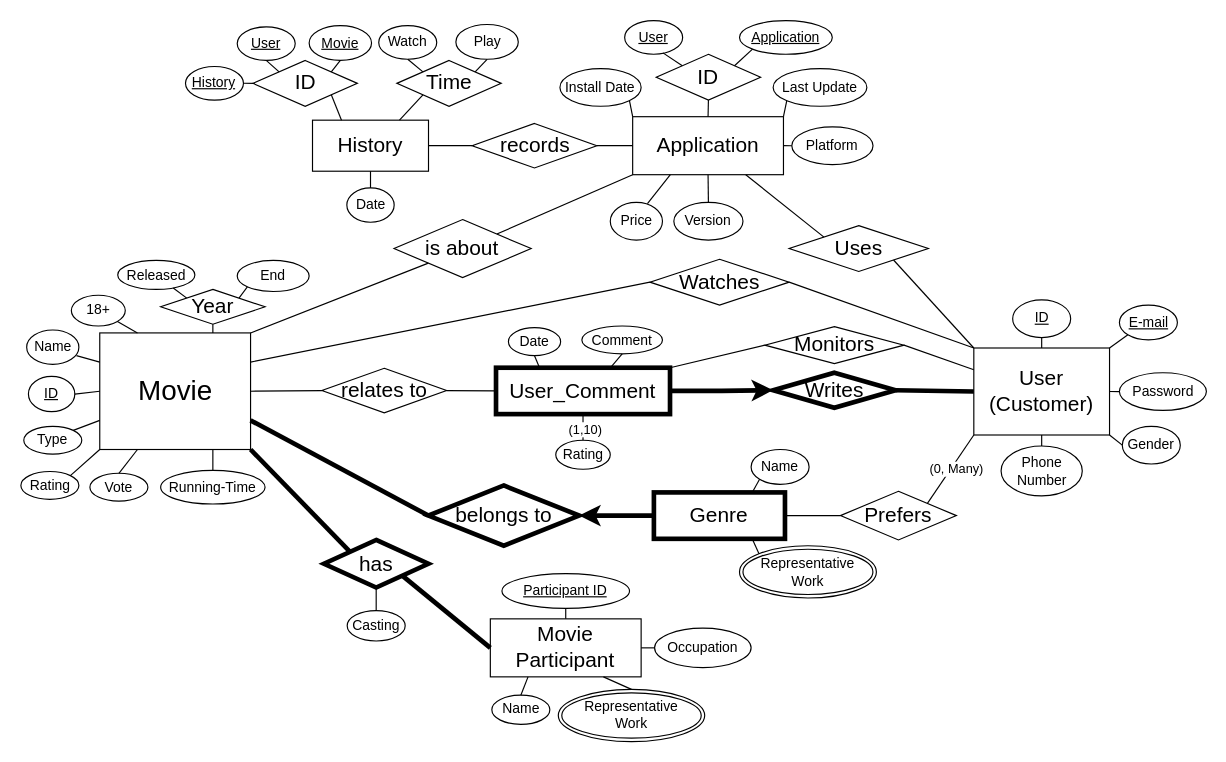
This is page "ER" (1 of 2) of Assignment1_ER_Modeling/Movie.drawio from hjpark83/DBMS, a draw.io file, before an edit. Source tidied: cells renumbered, new cells numbered last; positions are measured from the earlier drawing's top-left corner, leaving out a move shared by most shapes. Both pictures are drawn from the tidied source at 116%, with x=0, y=0 at pixel (20, 20).
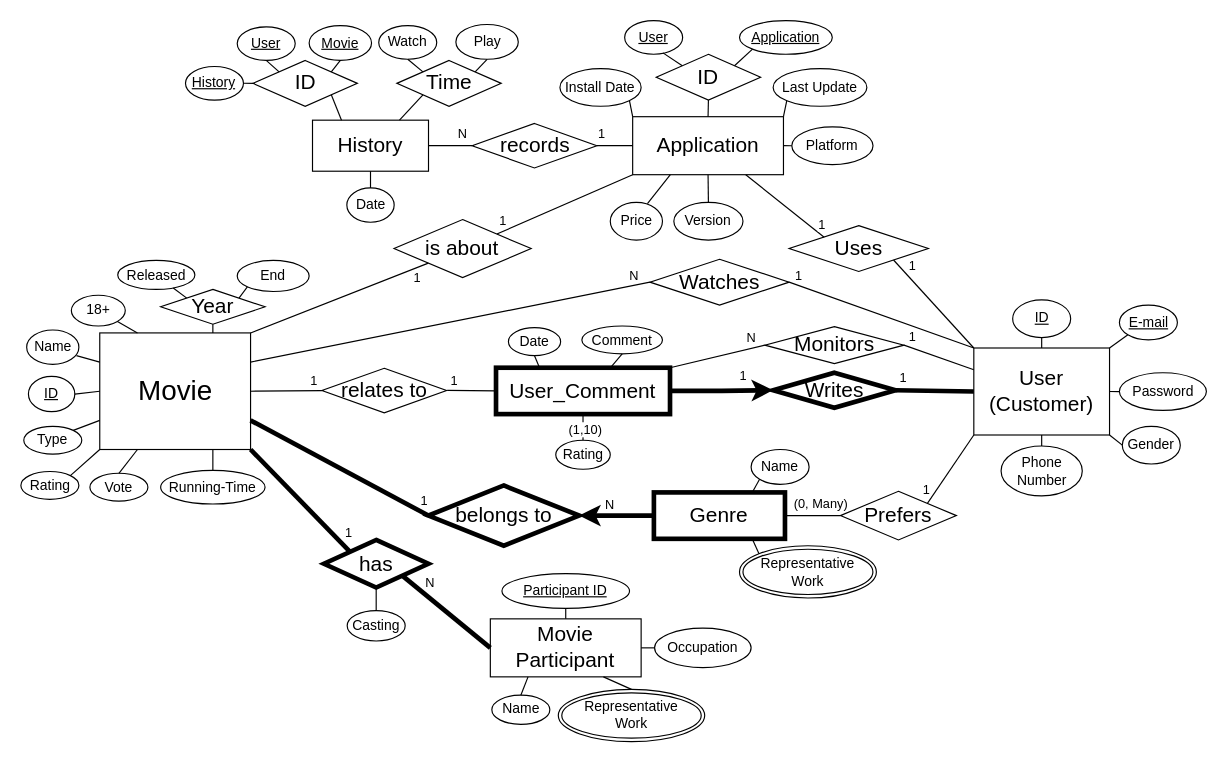
The same page after the edit.

Unchanged cells that the change refers to:
```xml
<mxCell id="21" value="&lt;font style=&quot;font-size: 18px;&quot;&gt;User_Comment&lt;/font&gt;" style="whiteSpace=wrap;html=1;align=center;rounded=0;glass=0;strokeWidth=4;" parent="1" vertex="1">
  <mxGeometry x="410.1" y="299.5" width="150" height="40" as="geometry" />
</mxCell>
<mxCell id="37" value="&lt;span style=&quot;font-size: 18px;&quot;&gt;relates to&lt;/span&gt;" style="shape=rhombus;perimeter=rhombusPerimeter;whiteSpace=wrap;html=1;align=center;rounded=0;" parent="1" vertex="1">
  <mxGeometry x="260" y="300" width="107.5" height="38.4" as="geometry" />
</mxCell>
<mxCell id="47" style="edgeStyle=orthogonalEdgeStyle;rounded=0;jettySize=auto;html=1;strokeWidth=4;" parent="1" edge="1" source="48" target="65">
  <mxGeometry relative="1" as="geometry" />
</mxCell>
<mxCell id="66" style="endArrow=none;html=1;rounded=0;exitX=1;exitY=0.25;exitDx=0;exitDy=0;entryX=0;entryY=0.5;entryDx=0;entryDy=0;" parent="1" edge="1" source="19" target="50">
  <mxGeometry relative="1" as="geometry" />
</mxCell>
<mxCell id="67" style="endArrow=none;html=1;rounded=1;entryX=1;entryY=0.5;entryDx=0;entryDy=0;exitX=0;exitY=0.5;exitDx=0;exitDy=0;" parent="1" edge="1" source="37" target="19">
  <mxGeometry relative="1" as="geometry" />
</mxCell>
<mxCell id="68" style="endArrow=none;html=1;rounded=1;exitX=0;exitY=0.5;exitDx=0;exitDy=0;entryX=1;entryY=0.75;entryDx=0;entryDy=0;strokeWidth=4;" parent="1" edge="1" source="65" target="19">
  <mxGeometry relative="1" as="geometry" />
</mxCell>
<mxCell id="69" style="endArrow=none;html=1;rounded=1;entryX=1;entryY=1;entryDx=0;entryDy=0;exitX=0;exitY=0;exitDx=0;exitDy=0;strokeWidth=4;" parent="1" edge="1" source="52">
  <mxGeometry relative="1" as="geometry">
    <mxPoint x="198.5" y="370" as="targetPoint" />
  </mxGeometry>
</mxCell>
<mxCell id="72" style="endArrow=none;html=1;rounded=1;entryX=1;entryY=0;entryDx=0;entryDy=0;exitX=0;exitY=1;exitDx=0;exitDy=0;" parent="1" edge="1" source="3" target="20">
  <mxGeometry relative="1" as="geometry" />
</mxCell>
<mxCell id="74" style="endArrow=none;html=1;rounded=1;exitX=0;exitY=0;exitDx=0;exitDy=0;entryX=1;entryY=0.5;entryDx=0;entryDy=0;strokeWidth=1;flowAnimation=0;" parent="1" edge="1" source="3" target="50">
  <mxGeometry relative="1" as="geometry" />
</mxCell>
<mxCell id="75" style="endArrow=none;html=1;rounded=1;entryX=0;entryY=1;entryDx=0;entryDy=0;exitX=1;exitY=0;exitDx=0;exitDy=0;" parent="1" edge="1" source="60" target="100">
  <mxGeometry relative="1" as="geometry" />
</mxCell>
<mxCell id="76" style="endArrow=none;html=1;rounded=1;entryX=0;entryY=1;entryDx=0;entryDy=0;exitX=1;exitY=0;exitDx=0;exitDy=0;" parent="1" edge="1" source="19" target="60">
  <mxGeometry relative="1" as="geometry" />
</mxCell>
<mxCell id="89" style="edgeStyle=orthogonalEdgeStyle;rounded=0;jettySize=auto;html=1;strokeWidth=4;exitX=1;exitY=0.5;exitDx=0;exitDy=0;entryX=0;entryY=0.5;entryDx=0;entryDy=0;" parent="1" edge="1" source="21" target="36">
  <mxGeometry relative="1" as="geometry" />
</mxCell>
<mxCell id="91" style="endArrow=none;html=1;rounded=1;exitX=0;exitY=0.25;exitDx=0;exitDy=0;entryX=1;entryY=0.5;entryDx=0;entryDy=0;strokeWidth=1;flowAnimation=0;" parent="1" edge="1" source="3" target="90">
  <mxGeometry relative="1" as="geometry" />
</mxCell>
<mxCell id="92" style="endArrow=none;html=1;rounded=1;entryX=1;entryY=0.5;entryDx=0;entryDy=0;exitX=0;exitY=0.5;exitDx=0;exitDy=0;strokeWidth=4;" parent="1" edge="1" source="3" target="36">
  <mxGeometry relative="1" as="geometry" />
</mxCell>
<mxCell id="93" style="endArrow=none;html=1;rounded=1;exitX=0;exitY=0.5;exitDx=0;exitDy=0;entryX=1;entryY=0;entryDx=0;entryDy=0;strokeWidth=1;flowAnimation=0;" parent="1" edge="1" source="90" target="21">
  <mxGeometry relative="1" as="geometry" />
</mxCell>
<mxCell id="100" value="&lt;span style=&quot;font-size: 18px;&quot;&gt;Application&lt;/span&gt;" style="whiteSpace=wrap;html=1;align=center;rounded=0;" parent="1" vertex="1">
  <mxGeometry x="527.9" y="83.1" width="130" height="50" as="geometry" />
</mxCell>
<mxCell id="111" style="endArrow=none;html=1;rounded=0;exitX=1;exitY=0.5;exitDx=0;exitDy=0;entryX=0;entryY=0.5;entryDx=0;entryDy=0;" parent="1" edge="1" source="110" target="100">
  <mxGeometry relative="1" as="geometry" />
</mxCell>
<mxCell id="112" style="endArrow=none;html=1;rounded=0;exitX=1;exitY=0.5;exitDx=0;exitDy=0;entryX=0;entryY=0.5;entryDx=0;entryDy=0;" parent="1" edge="1" source="49" target="110">
  <mxGeometry relative="1" as="geometry" />
</mxCell>
<mxCell id="113" value="&lt;font style=&quot;font-size: 18px;&quot;&gt;Uses&lt;/font&gt;" style="shape=rhombus;perimeter=rhombusPerimeter;whiteSpace=wrap;html=1;align=center;rounded=0;" parent="1" vertex="1">
  <mxGeometry x="662.8" y="177" width="120" height="39.5" as="geometry" />
</mxCell>
```

What changed in the source:
```diff
@@
+    <mxCell id="123" value="N" style="edgeLabel;html=1;align=center;verticalAlign=middle;" parent="47" vertex="1">
+      <mxGeometry x="0.07" y="-2" relative="1" as="geometry">
+        <mxPoint x="-4" y="-8" as="offset" />
+      </mxGeometry>
+    </mxCell>
@@
+    <mxCell id="124" value="N" style="edgeLabel;html=1;align=center;verticalAlign=middle;" parent="66" vertex="1">
+      <mxGeometry x="0.9" y="3" relative="1" as="geometry">
+        <mxPoint x="3" y="-7" as="offset" />
+      </mxGeometry>
+    </mxCell>
@@
+    <mxCell id="125" value="1" style="edgeLabel;html=1;align=center;verticalAlign=middle;" parent="67" vertex="1">
+      <mxGeometry x="-0.57" relative="1" as="geometry">
+        <mxPoint x="5" y="-9" as="offset" />
+      </mxGeometry>
+    </mxCell>
@@
+    <mxCell id="126" value="1" style="edgeLabel;html=1;align=center;verticalAlign=middle;" parent="68" vertex="1">
+      <mxGeometry x="-0.77" relative="1" as="geometry">
+        <mxPoint x="13" y="-4" as="offset" />
+      </mxGeometry>
+    </mxCell>
@@
+    <mxCell id="127" value="N" style="edgeLabel;html=1;align=center;verticalAlign=middle;" parent="69" vertex="1">
+      <mxGeometry x="0.75" y="2" relative="1" as="geometry">
+        <mxPoint x="145" y="102" as="offset" />
+      </mxGeometry>
+    </mxCell>
+    <mxCell id="128" value="1" style="edgeLabel;html=1;align=center;verticalAlign=middle;" parent="69" vertex="1">
+      <mxGeometry x="-0.73" y="-3" relative="1" as="geometry">
+        <mxPoint x="8" y="-2" as="offset" />
+      </mxGeometry>
+    </mxCell>
@@
     <mxCell id="73" value="(0, Many)" style="edgeLabel;html=1;align=center;verticalAlign=middle;" parent="72" vertex="1">
       <mxGeometry x="-0.09" y="1" relative="1" as="geometry">
-        <mxPoint x="2" y="2" as="offset" />
+        <mxPoint x="-115" y="32" as="offset" />
       </mxGeometry>
     </mxCell>
+    <mxCell id="129" value="1" style="edgeLabel;html=1;align=center;verticalAlign=middle;" parent="72" vertex="1">
+      <mxGeometry x="0.6" y="-1" relative="1" as="geometry">
+        <mxPoint x="-9" as="offset" />
+      </mxGeometry>
+    </mxCell>
@@
+    <mxCell id="130" value="1" style="edgeLabel;html=1;align=center;verticalAlign=middle;" parent="74" vertex="1">
+      <mxGeometry x="0.72" y="-2" relative="1" as="geometry">
+        <mxPoint x="-16" y="-12" as="offset" />
+      </mxGeometry>
+    </mxCell>
@@
+    <mxCell id="131" value="1" style="edgeLabel;html=1;align=center;verticalAlign=middle;" parent="75" vertex="1">
+      <mxGeometry x="-0.76" relative="1" as="geometry">
+        <mxPoint x="-9" y="-6" as="offset" />
+      </mxGeometry>
+    </mxCell>
@@
+    <mxCell id="132" value="1" style="edgeLabel;html=1;align=center;verticalAlign=middle;" parent="76" vertex="1">
+      <mxGeometry x="0.79" y="2" relative="1" as="geometry">
+        <mxPoint x="7" y="8" as="offset" />
+      </mxGeometry>
+    </mxCell>
-    <mxCell id="77" style="endArrow=none;html=1;rounded=1;exitX=0;exitY=0.5;exitDx=0;exitDy=0;entryX=1;entryY=0.5;entryDx=0;entryDy=0;" parent="1" edge="1" source="21" target="37">
-      <mxGeometry relative="1" as="geometry" />
+    <mxCell id="77" style="endArrow=none;html=1;rounded=1;exitX=0;exitY=0.5;exitDx=0;exitDy=0;" parent="1" edge="1" source="21">
+      <mxGeometry relative="1" as="geometry">
+        <mxPoint x="368" y="319" as="targetPoint" />
+      </mxGeometry>
     </mxCell>
+    <mxCell id="133" value="1" style="edgeLabel;html=1;align=center;verticalAlign=middle;" parent="77" vertex="1">
+      <mxGeometry x="0.59" relative="1" as="geometry">
+        <mxPoint x="-4" y="-9" as="offset" />
+      </mxGeometry>
+    </mxCell>
@@
+    <mxCell id="134" value="1" style="edgeLabel;html=1;align=center;verticalAlign=middle;" parent="89" vertex="1">
+      <mxGeometry x="0.26" relative="1" as="geometry">
+        <mxPoint x="7" y="-12" as="offset" />
+      </mxGeometry>
+    </mxCell>
@@
+    <mxCell id="135" value="1" style="edgeLabel;html=1;align=center;verticalAlign=middle;" parent="91" vertex="1">
+      <mxGeometry x="0.67" relative="1" as="geometry">
+        <mxPoint x="-4" y="-11" as="offset" />
+      </mxGeometry>
+    </mxCell>
@@
+    <mxCell id="136" value="1" style="edgeLabel;html=1;align=center;verticalAlign=middle;" parent="92" vertex="1">
+      <mxGeometry x="0.47" y="1" relative="1" as="geometry">
+        <mxPoint x="-11" y="-13" as="offset" />
+      </mxGeometry>
+    </mxCell>
@@
+    <mxCell id="137" value="N" style="edgeLabel;html=1;align=center;verticalAlign=middle;" parent="93" vertex="1">
+      <mxGeometry x="-0.72" y="-2" relative="1" as="geometry">
+        <mxPoint y="-7" as="offset" />
+      </mxGeometry>
+    </mxCell>
@@
+    <mxCell id="138" value="1" style="edgeLabel;html=1;align=center;verticalAlign=middle;" parent="111" vertex="1">
+      <mxGeometry x="-0.37" y="2" relative="1" as="geometry">
+        <mxPoint x="-7" y="-9" as="offset" />
+      </mxGeometry>
+    </mxCell>
@@
+    <mxCell id="139" value="N" style="edgeLabel;html=1;align=center;verticalAlign=middle;" parent="112" vertex="1">
+      <mxGeometry x="0.19" y="-1" relative="1" as="geometry">
+        <mxPoint x="7" y="-12" as="offset" />
+      </mxGeometry>
+    </mxCell>
@@
-    <mxCell id="115" style="endArrow=none;html=1;rounded=1;exitX=0;exitY=0;exitDx=0;exitDy=0;entryX=0.75;entryY=1;entryDx=0;entryDy=0;strokeWidth=1;flowAnimation=0;" parent="1" edge="1" source="113" target="100">
-      <mxGeometry relative="1" as="geometry" />
+    <mxCell id="115" style="endArrow=none;html=1;rounded=1;entryX=0.75;entryY=1;entryDx=0;entryDy=0;strokeWidth=1;flowAnimation=0;" parent="1" edge="1" target="100">
+      <mxGeometry relative="1" as="geometry">
+        <mxPoint x="693" y="187" as="sourcePoint" />
+      </mxGeometry>
     </mxCell>
+    <mxCell id="140" value="1" style="edgeLabel;html=1;align=center;verticalAlign=middle;" parent="115" vertex="1">
+      <mxGeometry x="-0.71" y="1" relative="1" as="geometry">
+        <mxPoint x="86" y="32" as="offset" />
+      </mxGeometry>
+    </mxCell>
+    <mxCell id="141" value="1" style="edgeLabel;html=1;align=center;verticalAlign=middle;" parent="115" vertex="1">
+      <mxGeometry x="-0.68" y="1" relative="1" as="geometry">
+        <mxPoint x="9" y="-4" as="offset" />
+      </mxGeometry>
+    </mxCell>
```
